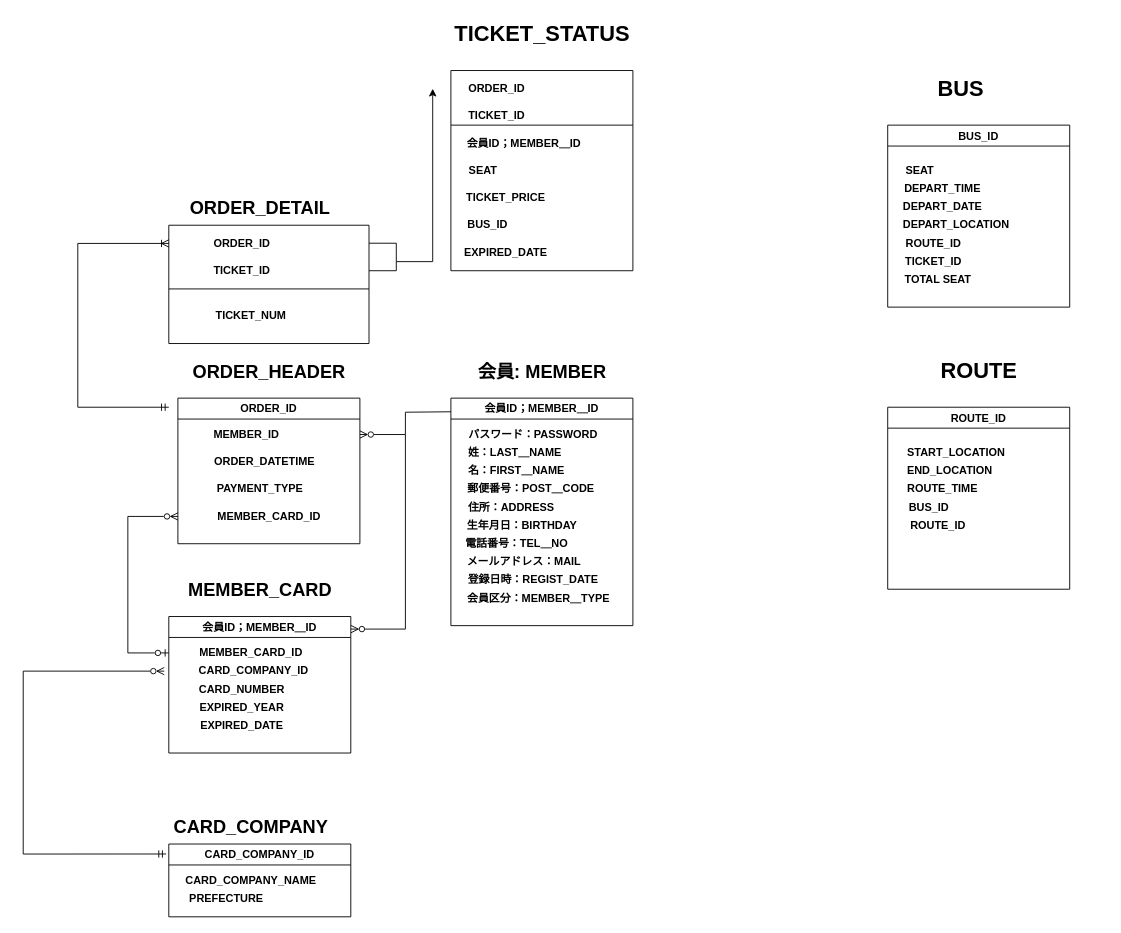
Earlier version of the draw.io diagram Untitled Diagram.drawio (AnhTuan-Nguyen99/ERMap). Source tidied: cells renumbered, new cells numbered last; positions are measured from the earlier drawing's top-left corner, leaving out a move shared by most shapes. Both pictures are drawn from the tidied source at 91%, with x=0, y=0 at pixel (23, 15).
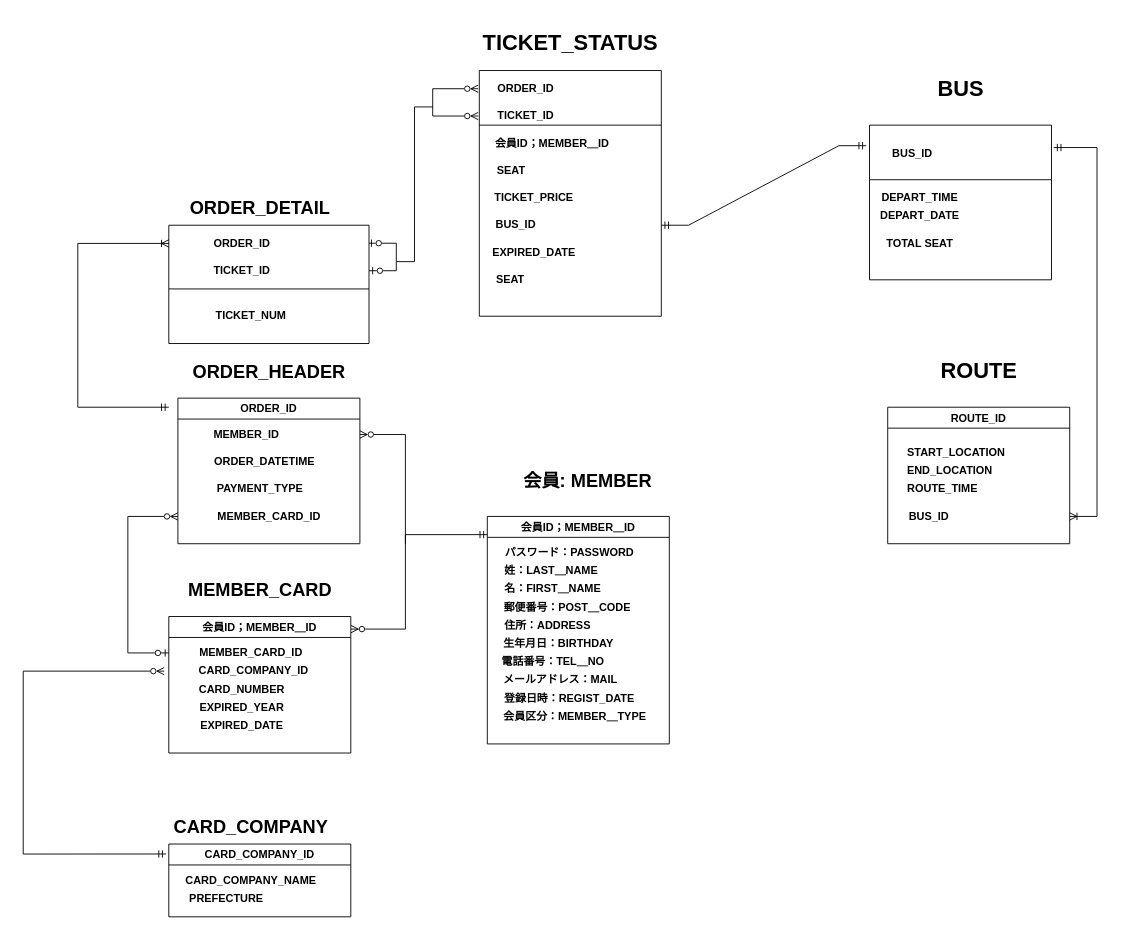
After the change.

Unchanged cells that the change refers to:
```xml
<mxCell id="39" value="ORDER_ID" style="swimlane;whiteSpace=wrap;html=1;" parent="1" vertex="1">
  <mxGeometry x="170" y="420" width="200" height="160" as="geometry" />
</mxCell>
<mxCell id="47" style="swimlane;whiteSpace=wrap;html=1;startSize=70;align=center;spacing=-6;spacingTop=7;shadow=0;" parent="1" vertex="1">
  <mxGeometry x="160" y="230" width="220" height="130" as="geometry" />
</mxCell>
<mxCell id="54" value="会員ID；MEMBER＿ID" style="swimlane;whiteSpace=wrap;html=1;" parent="1" vertex="1">
  <mxGeometry x="160" y="660" width="200" height="150" as="geometry" />
</mxCell>
```

The edit, as a diff of the source:
```diff
@@
     <mxCell id="2" value="会員ID；MEMBER＿ID" style="swimlane;whiteSpace=wrap;html=1;" parent="1" vertex="1">
-      <mxGeometry x="470" y="420" width="200" height="250" as="geometry" />
+      <mxGeometry x="510" y="550" width="200" height="250" as="geometry" />
     </mxCell>
@@
     <mxCell id="13" value="会員: MEMBER" style="text;strokeColor=none;fillColor=none;html=1;fontSize=20;fontStyle=1;verticalAlign=middle;align=center;" parent="1" vertex="1">
-      <mxGeometry x="470" y="370" width="200" height="40" as="geometry" />
+      <mxGeometry x="520" y="490" width="200" height="40" as="geometry" />
     </mxCell>
     <mxCell id="14" style="swimlane;strokeColor=default;perimeterSpacing=0;strokeWidth=1;swimlaneLine=1;glass=0;shadow=0;startSize=60;" parent="1" vertex="1">
-      <mxGeometry x="470" y="60" width="200" height="220" as="geometry" />
+      <mxGeometry x="501.2" y="60" width="200" height="270" as="geometry" />
     </mxCell>
@@
     <mxCell id="20" value="TICKET_ID" style="text;strokeColor=none;fillColor=none;html=1;fontSize=12;fontStyle=1;verticalAlign=middle;align=center;" parent="14" vertex="1">
-      <mxGeometry x="-90" y="40" width="280" height="20" as="geometry" />
+      <mxGeometry x="-13.8" y="40" width="130" height="20" as="geometry" />
     </mxCell>
     <mxCell id="21" value="ORDER_ID" style="text;strokeColor=none;fillColor=none;html=1;fontSize=12;fontStyle=1;verticalAlign=middle;align=center;" parent="14" vertex="1">
-      <mxGeometry x="-1.2" width="102.5" height="40" as="geometry" />
+      <mxGeometry width="102.5" height="40" as="geometry" />
     </mxCell>
+    <mxCell id="24" value="SEAT" style="text;strokeColor=none;fillColor=none;html=1;fontSize=12;fontStyle=1;verticalAlign=middle;align=center;" parent="14" vertex="1">
+      <mxGeometry x="-61.2" y="220" width="190" height="20" as="geometry" />
+    </mxCell>
     <mxCell id="22" value="TICKET_STATUS" style="text;strokeColor=none;fillColor=none;html=1;fontSize=24;fontStyle=1;verticalAlign=middle;align=center;" parent="1" vertex="1">
-      <mxGeometry x="470" width="200" height="40" as="geometry" />
+      <mxGeometry x="501.2" y="10" width="200" height="40" as="geometry" />
     </mxCell>
-    <mxCell id="23" value="BUS_ID" style="swimlane;" parent="1" vertex="1">
-      <mxGeometry x="950" y="120" width="200" height="200" as="geometry" />
+    <mxCell id="23" value="       BUS_ID" style="swimlane;startSize=60;align=left;" parent="1" vertex="1">
+      <mxGeometry x="930" y="120" width="200" height="170" as="geometry" />
     </mxCell>
-    <mxCell id="24" value="SEAT" style="text;strokeColor=none;fillColor=none;html=1;fontSize=12;fontStyle=1;verticalAlign=middle;align=center;" parent="23" vertex="1">
-      <mxGeometry x="-60" y="40" width="190" height="20" as="geometry" />
-    </mxCell>
     <mxCell id="25" value="DEPART_TIME" style="text;strokeColor=none;fillColor=none;html=1;fontSize=12;fontStyle=1;verticalAlign=middle;align=center;" parent="23" vertex="1">
-      <mxGeometry x="-30" y="60" width="180" height="20" as="geometry" />
+      <mxGeometry x="-35" y="70" width="180" height="20" as="geometry" />
     </mxCell>
     <mxCell id="26" value="DEPART_DATE" style="text;strokeColor=none;fillColor=none;html=1;fontSize=12;fontStyle=1;verticalAlign=middle;align=center;" parent="23" vertex="1">
-      <mxGeometry x="-30" y="80" width="180" height="20" as="geometry" />
+      <mxGeometry x="-35" y="90" width="180" height="20" as="geometry" />
     </mxCell>
-    <mxCell id="27" value="DEPART_LOCATION" style="text;strokeColor=none;fillColor=none;html=1;fontSize=12;fontStyle=1;verticalAlign=middle;align=center;" parent="23" vertex="1">
-      <mxGeometry x="-20" y="100" width="190" height="20" as="geometry" />
-    </mxCell>
-    <mxCell id="28" value="ROUTE_ID" style="text;strokeColor=none;fillColor=none;html=1;fontSize=12;fontStyle=1;verticalAlign=middle;align=center;" parent="23" vertex="1">
-      <mxGeometry x="-50" y="120" width="200" height="20" as="geometry" />
-    </mxCell>
-    <mxCell id="29" value="TICKET_ID" style="text;strokeColor=none;fillColor=none;html=1;fontSize=12;fontStyle=1;verticalAlign=middle;align=center;" parent="23" vertex="1">
-      <mxGeometry x="-45" y="140" width="190" height="20" as="geometry" />
-    </mxCell>
     <mxCell id="30" value="TOTAL SEAT" style="text;strokeColor=none;fillColor=none;html=1;fontSize=12;fontStyle=1;verticalAlign=middle;align=center;" parent="23" vertex="1">
-      <mxGeometry x="-35" y="160" width="180" height="20" as="geometry" />
+      <mxGeometry x="-35" y="120" width="180" height="20" as="geometry" />
     </mxCell>
@@
     <mxCell id="32" value="ROUTE_ID" style="swimlane;" parent="1" vertex="1">
-      <mxGeometry x="950" y="430" width="200" height="200" as="geometry" />
+      <mxGeometry x="950" y="430" width="200" height="150" as="geometry" />
     </mxCell>
@@
     <mxCell id="36" value="BUS_ID" style="text;strokeColor=none;fillColor=none;html=1;fontSize=12;fontStyle=1;verticalAlign=middle;align=center;" parent="32" vertex="1">
-      <mxGeometry x="-50" y="100" width="190" height="20" as="geometry" />
+      <mxGeometry x="-110" y="110" width="310" height="20" as="geometry" />
     </mxCell>
-    <mxCell id="37" value="ROUTE_ID" style="text;strokeColor=none;fillColor=none;html=1;fontSize=12;fontStyle=1;verticalAlign=middle;align=center;" parent="32" vertex="1">
-      <mxGeometry x="-50" y="120" width="210" height="20" as="geometry" />
-    </mxCell>
@@
-    <mxCell id="45" style="edgeStyle=orthogonalEdgeStyle;rounded=0;jettySize=auto;html=1;" parent="1" edge="1" source="47">
+    <mxCell id="45" style="edgeStyle=orthogonalEdgeStyle;rounded=0;jettySize=auto;html=1;endArrow=ERzeroToMany;endFill=0;startArrow=ERzeroToOne;startFill=0;" parent="1" edge="1" source="47">
       <mxGeometry relative="1" as="geometry">
-        <mxPoint x="450" y="80" as="targetPoint" />
+        <mxPoint x="500" y="80" as="targetPoint" />
         <Array as="points">
           <mxPoint x="410" y="280" />
           <mxPoint x="410" y="270" />
-          <mxPoint x="450" y="270" />
+          <mxPoint x="430" y="270" />
+          <mxPoint x="430" y="100" />
+          <mxPoint x="450" y="100" />
         </Array>
       </mxGeometry>
     </mxCell>
-    <mxCell id="46" style="edgeStyle=orthogonalEdgeStyle;rounded=0;jettySize=auto;html=1;exitX=0.994;exitY=0.152;exitDx=0;exitDy=0;exitPerimeter=0;endArrow=none;endFill=0;" parent="1" edge="1" source="47">
+    <mxCell id="46" style="edgeStyle=orthogonalEdgeStyle;rounded=0;jettySize=auto;html=1;exitX=0.994;exitY=0.152;exitDx=0;exitDy=0;exitPerimeter=0;endArrow=none;endFill=0;startArrow=ERzeroToOne;startFill=0;" parent="1" edge="1" source="47">
       <mxGeometry relative="1" as="geometry">
         <mxPoint x="410" y="270" as="targetPoint" />
       </mxGeometry>
     </mxCell>
@@
     <mxCell id="52" style="edgeStyle=orthogonalEdgeStyle;rounded=0;jettySize=auto;html=1;entryX=1;entryY=0.25;entryDx=0;entryDy=0;endArrow=ERzeroToMany;endFill=0;startArrow=none;startFill=0;" parent="1" edge="1" target="39">
       <mxGeometry relative="1" as="geometry">
-        <mxPoint x="470" y="435" as="sourcePoint" />
+        <mxPoint x="420" y="580" as="sourcePoint" />
+        <Array as="points">
+          <mxPoint x="420" y="460" />
+        </Array>
       </mxGeometry>
     </mxCell>
@@
-    <mxCell id="64" style="edgeStyle=orthogonalEdgeStyle;rounded=0;jettySize=auto;html=1;entryX=1.001;entryY=0.092;entryDx=0;entryDy=0;entryPerimeter=0;endArrow=ERzeroToMany;endFill=0;" parent="1" edge="1" target="54">
+    <mxCell id="64" style="edgeStyle=orthogonalEdgeStyle;rounded=0;jettySize=auto;html=1;entryX=1.001;entryY=0.092;entryDx=0;entryDy=0;entryPerimeter=0;endArrow=ERzeroToMany;endFill=0;startArrow=ERmandOne;startFill=0;" parent="1" edge="1" target="54">
       <mxGeometry relative="1" as="geometry">
-        <mxPoint x="420" y="460" as="sourcePoint" />
+        <mxPoint x="510" y="570" as="sourcePoint" />
         <Array as="points">
+          <mxPoint x="420" y="570" />
           <mxPoint x="420" y="674" />
         </Array>
       </mxGeometry>
     </mxCell>
@@
+    <mxCell id="69" style="edgeStyle=orthogonalEdgeStyle;rounded=0;orthogonalLoop=1;jettySize=auto;html=1;endArrow=ERzeroToMany;endFill=0;" parent="1" edge="1">
+      <mxGeometry relative="1" as="geometry">
+        <mxPoint x="450" y="100" as="sourcePoint" />
+        <mxPoint x="500" y="110" as="targetPoint" />
+        <Array as="points">
+          <mxPoint x="450" y="110" />
+        </Array>
+      </mxGeometry>
+    </mxCell>
+    <mxCell id="70" style="edgeStyle=entityRelationEdgeStyle;fontSize=12;html=1;endArrow=ERmandOne;startArrow=ERmandOne;rounded=0;entryX=-0.018;entryY=0.133;entryDx=0;entryDy=0;entryPerimeter=0;startFill=0;endFill=0;" parent="1" edge="1" target="23">
+      <mxGeometry relative="1" as="geometry">
+        <mxPoint x="701.2" y="230" as="sourcePoint" />
+      </mxGeometry>
+    </mxCell>
+    <mxCell id="71" style="edgeStyle=entityRelationEdgeStyle;fontSize=12;html=1;endArrow=ERoneToMany;startArrow=ERmandOne;rounded=0;endFill=0;exitX=1.012;exitY=0.145;exitDx=0;exitDy=0;exitPerimeter=0;startFill=0;" parent="1" edge="1" source="23" target="36">
+      <mxGeometry relative="1" as="geometry">
+        <Array as="points">
+          <mxPoint x="1180" y="340" />
+        </Array>
+      </mxGeometry>
+    </mxCell>
```
